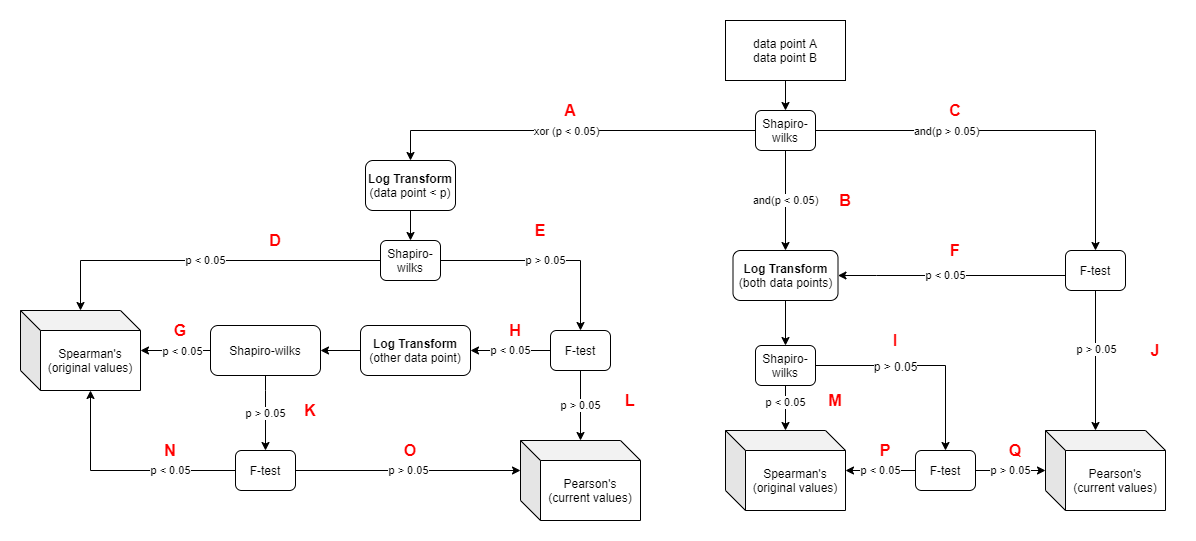
The draw.io diagram Test_Flow.png in JerrinWiley/Spearmans_Pearsons_Decider, before a commit. Source tidied: cells renumbered, new cells last; positions are measured from the earlier drawing's top-left corner, leaving out a move shared by most shapes.
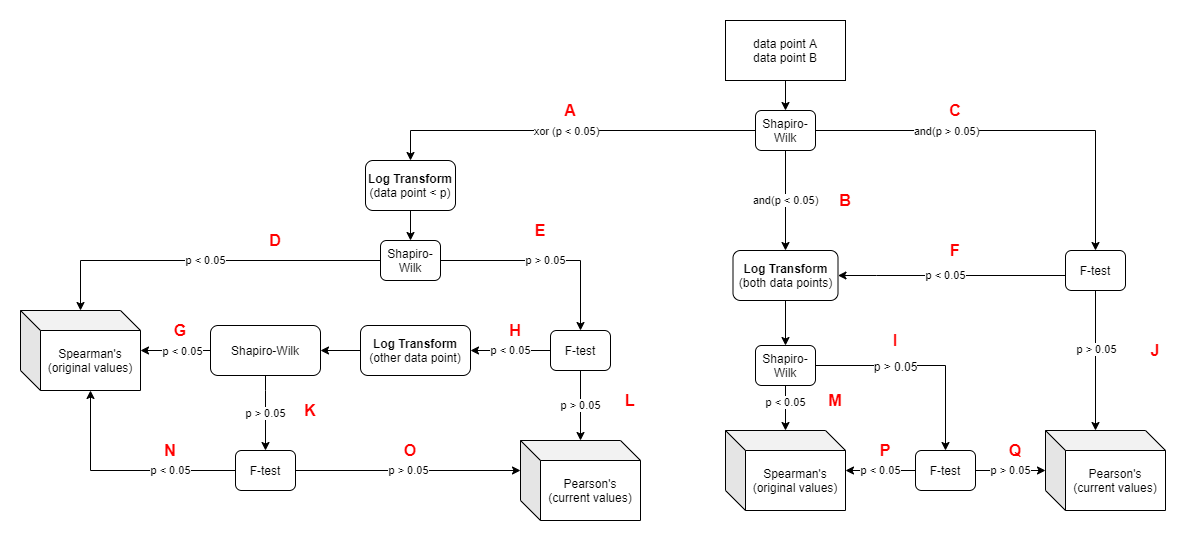
The same diagram one commit later.

What changed in the source:
```diff
@@ -25,7 +25,7 @@
     <mxCell id="8" value="xor (p &amp;lt; 0.05)" style="edgeLabel;html=1;align=center;verticalAlign=middle;" parent="7" vertex="1">
       <mxGeometry x="0.01" relative="1" as="geometry" />
     </mxCell>
-    <mxCell id="9" value="Shapiro-wilks" style="rounded=1;whiteSpace=wrap;html=1;" parent="1" vertex="1">
+    <mxCell id="9" value="Shapiro-Wilk" style="rounded=1;whiteSpace=wrap;html=1;" parent="1" vertex="1">
       <mxGeometry x="735" y="90" width="60" height="40" as="geometry" />
     </mxCell>
     <mxCell id="10" value="p &amp;lt; 0.05" style="edgeStyle=orthogonalEdgeStyle;rounded=0;jettySize=auto;html=1;" parent="1" edge="1" source="12" target="15">
@@ -34,7 +34,7 @@
     <mxCell id="11" value="p &amp;gt; 0.05" style="edgeStyle=orthogonalEdgeStyle;rounded=0;jettySize=auto;html=1;" parent="1" edge="1" source="12" target="18">
       <mxGeometry relative="1" as="geometry" />
     </mxCell>
-    <mxCell id="12" value="Shapiro-wilks" style="rounded=1;whiteSpace=wrap;html=1;" parent="1" vertex="1">
+    <mxCell id="12" value="Shapiro-Wilk" style="rounded=1;whiteSpace=wrap;html=1;" parent="1" vertex="1">
       <mxGeometry x="360" y="220" width="60" height="40" as="geometry" />
     </mxCell>
     <mxCell id="13" style="edgeStyle=orthogonalEdgeStyle;rounded=0;jettySize=auto;html=1;" parent="1" edge="1" source="14" target="12">
@@ -72,7 +72,7 @@
     <mxCell id="22" value="p &amp;lt; 0.05" style="edgeLabel;html=1;align=center;verticalAlign=middle;" parent="21" vertex="1">
       <mxGeometry x="-0.17" relative="1" as="geometry" />
     </mxCell>
-    <mxCell id="23" value="Shapiro-wilks" style="rounded=1;whiteSpace=wrap;html=1;" parent="1" vertex="1">
+    <mxCell id="23" value="Shapiro-Wilk" style="rounded=1;whiteSpace=wrap;html=1;" parent="1" vertex="1">
       <mxGeometry x="190" y="305" width="110" height="50" as="geometry" />
     </mxCell>
     <mxCell id="24" value="p &amp;gt; 0.05" style="edgeStyle=orthogonalEdgeStyle;rounded=0;jettySize=auto;html=1;entryX=0;entryY=0;entryDx=0;entryDy=30;entryPerimeter=0;" parent="1" edge="1" source="26" target="19">
@@ -124,7 +124,7 @@
     <mxCell id="37" value="&lt;font style=&quot;font-size: 12px&quot; color=&quot;#000000&quot;&gt;p &amp;gt; 0.05&lt;/font&gt;" style="edgeLabel;html=1;align=center;verticalAlign=middle;fontSize=16;fontColor=#FF0000;" parent="36" vertex="1">
       <mxGeometry x="-0.27" y="1" relative="1" as="geometry" />
     </mxCell>
-    <mxCell id="38" value="Shapiro-wilks" style="rounded=1;whiteSpace=wrap;html=1;" parent="1" vertex="1">
+    <mxCell id="38" value="Shapiro-Wilk" style="rounded=1;whiteSpace=wrap;html=1;" parent="1" vertex="1">
       <mxGeometry x="735" y="325" width="60" height="40" as="geometry" />
     </mxCell>
     <mxCell id="39" value="Spearman's&lt;br&gt;(original values)" style="shape=cube;whiteSpace=wrap;html=1;boundedLbl=1;backgroundOutline=1;darkOpacity=0.05;darkOpacity2=0.1;" parent="1" vertex="1">
```
